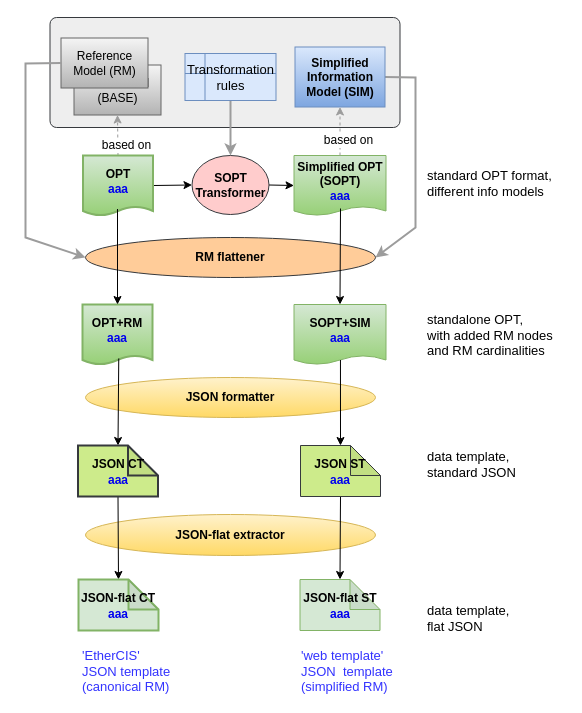
This is docs/json_simplified_template/diagrams/simplified_template_definition.drawio from openEHR/specifications-ITS-REST, a draw.io file, before an edit. Source tidied: cells renumbered, new cells numbered last; positions are measured from the earlier drawing's top-left corner, leaving out a move shared by most shapes. Both pictures are drawn from the tidied source at 100%, with x=0, y=0 at pixel (25, 17).
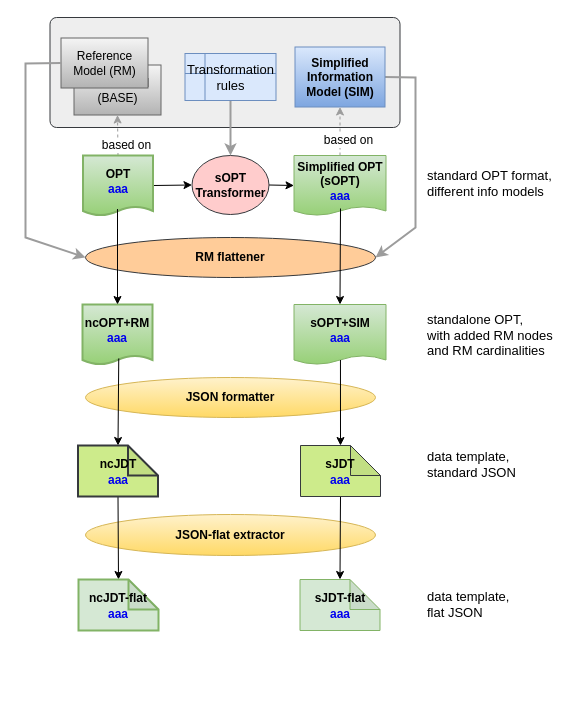
The same diagram, later.

What changed in the source:
```diff
@@
-    <mxCell id="12" value="SOPT Transformer" style="ellipse;whiteSpace=wrap;html=1;fillColor=#ffcccc;strokeColor=#36393d;fontStyle=1;" parent="1" vertex="1">
+    <mxCell id="12" value="sOPT Transformer" style="ellipse;whiteSpace=wrap;html=1;fillColor=#ffcccc;strokeColor=#36393d;fontStyle=1;" parent="1" vertex="1">
       <mxGeometry x="166.5" y="138" width="77" height="59" as="geometry" />
     </mxCell>
-    <mxCell id="13" value="Simplified OPT&lt;br&gt;(SOPT)&lt;br&gt;&lt;font color=&quot;#0000f0&quot;&gt;aaa&lt;/font&gt;&lt;br&gt;" style="shape=document;whiteSpace=wrap;html=1;boundedLbl=1;size=0.15;fillColor=#d5e8d4;strokeColor=#82b366;fontStyle=1;gradientColor=#97d077;" parent="1" vertex="1">
+    <mxCell id="13" value="Simplified OPT&lt;br&gt;(sOPT)&lt;br&gt;&lt;font color=&quot;#0000f0&quot;&gt;aaa&lt;/font&gt;" style="shape=document;whiteSpace=wrap;html=1;boundedLbl=1;size=0.15;fillColor=#d5e8d4;strokeColor=#82b366;fontStyle=1;gradientColor=#97d077;" parent="1" vertex="1">
       <mxGeometry x="268.5" y="138" width="92" height="60" as="geometry" />
     </mxCell>
@@
-    <mxCell id="19" value="'web template' &lt;br&gt;JSON&amp;nbsp; template&lt;br&gt;(simplified RM)" style="text;html=1;align=left;verticalAlign=top;spacingTop=-4;fontSize=13;fontColor=#3333FF;" parent="1" vertex="1">
-      <mxGeometry x="273.5" y="628" width="110" height="50" as="geometry" />
-    </mxCell>
-    <mxCell id="20" value="'EtherCIS' &lt;br&gt;JSON template&lt;br&gt;(canonical RM)" style="text;html=1;align=left;verticalAlign=top;spacingTop=-4;fontSize=13;fontColor=#3333FF;" parent="1" vertex="1">
-      <mxGeometry x="54.5" y="628" width="100" height="50" as="geometry" />
-    </mxCell>
@@
-    <mxCell id="25" value="SOPT+SIM&lt;br&gt;&lt;font color=&quot;#0000f0&quot;&gt;aaa&lt;/font&gt;" style="shape=document;whiteSpace=wrap;html=1;boundedLbl=1;size=0.15;fillColor=#d5e8d4;strokeColor=#82b366;fontStyle=1;gradientColor=#97d077;" parent="1" vertex="1">
+    <mxCell id="25" value="sOPT+SIM&lt;br&gt;&lt;font color=&quot;#0000f0&quot;&gt;aaa&lt;/font&gt;" style="shape=document;whiteSpace=wrap;html=1;boundedLbl=1;size=0.15;fillColor=#d5e8d4;strokeColor=#82b366;fontStyle=1;gradientColor=#97d077;" parent="1" vertex="1">
       <mxGeometry x="268.5" y="287" width="92" height="60" as="geometry" />
     </mxCell>
-    <mxCell id="26" value="OPT+RM&lt;br&gt;&lt;font color=&quot;#0000f0&quot;&gt;aaa&lt;/font&gt;" style="shape=document;whiteSpace=wrap;html=1;boundedLbl=1;size=0.15;fillColor=#d5e8d4;strokeColor=#82b366;fontStyle=1;gradientColor=#97d077;strokeWidth=2;" parent="1" vertex="1">
+    <mxCell id="26" value="ncOPT+RM&lt;br&gt;&lt;font color=&quot;#0000f0&quot;&gt;aaa&lt;/font&gt;" style="shape=document;whiteSpace=wrap;html=1;boundedLbl=1;size=0.15;fillColor=#d5e8d4;strokeColor=#82b366;fontStyle=1;gradientColor=#97d077;strokeWidth=2;" parent="1" vertex="1">
       <mxGeometry x="57" y="287" width="70" height="60" as="geometry" />
     </mxCell>
@@
     <mxCell id="34" value="data template,&amp;nbsp;&lt;br&gt;flat JSON" style="text;html=1;align=left;verticalAlign=top;spacingTop=-4;fontSize=13;" parent="1" vertex="1">
-      <mxGeometry x="400" y="583" width="100" height="30" as="geometry" />
+      <mxGeometry x="400" y="569" width="100" height="30" as="geometry" />
     </mxCell>
@@
-    <mxCell id="36" value="&lt;span style=&quot;font-size: 12px ; font-weight: 700 ; white-space: normal&quot;&gt;JSON CT&lt;/span&gt;&lt;br style=&quot;font-size: 12px ; font-weight: 700 ; white-space: normal&quot;&gt;&lt;font color=&quot;#0000f0&quot; style=&quot;font-size: 12px ; font-weight: 700 ; white-space: normal&quot;&gt;aaa&lt;/font&gt;" style="shape=note;whiteSpace=wrap;html=1;backgroundOutline=1;darkOpacity=0.05;fontSize=13;align=center;fillColor=#cdeb8b;strokeColor=#36393d;strokeWidth=2;" parent="1" vertex="1">
+    <mxCell id="36" value="&lt;span style=&quot;font-size: 12px ; font-weight: 700 ; white-space: normal&quot;&gt;ncJDT&lt;/span&gt;&lt;br style=&quot;font-size: 12px ; font-weight: 700 ; white-space: normal&quot;&gt;&lt;font color=&quot;#0000f0&quot; style=&quot;font-size: 12px ; font-weight: 700 ; white-space: normal&quot;&gt;aaa&lt;/font&gt;" style="shape=note;whiteSpace=wrap;html=1;backgroundOutline=1;darkOpacity=0.05;fontSize=13;align=center;fillColor=#cdeb8b;strokeColor=#36393d;strokeWidth=2;" parent="1" vertex="1">
       <mxGeometry x="52.5" y="428" width="80" height="51" as="geometry" />
     </mxCell>
-    <mxCell id="37" value="&lt;span style=&quot;font-size: 12px ; font-weight: 700 ; white-space: normal&quot;&gt;JSON ST&lt;/span&gt;&lt;br style=&quot;font-size: 12px ; font-weight: 700 ; white-space: normal&quot;&gt;&lt;font color=&quot;#0000f0&quot; style=&quot;font-size: 12px ; font-weight: 700 ; white-space: normal&quot;&gt;aaa&lt;/font&gt;" style="shape=note;whiteSpace=wrap;html=1;backgroundOutline=1;darkOpacity=0.05;fontSize=13;align=center;fillColor=#cdeb8b;strokeColor=#36393d;" parent="1" vertex="1">
+    <mxCell id="37" value="&lt;span style=&quot;font-size: 12px ; font-weight: 700 ; white-space: normal&quot;&gt;sJDT&lt;/span&gt;&lt;br style=&quot;font-size: 12px ; font-weight: 700 ; white-space: normal&quot;&gt;&lt;font color=&quot;#0000f0&quot; style=&quot;font-size: 12px ; font-weight: 700 ; white-space: normal&quot;&gt;aaa&lt;/font&gt;" style="shape=note;whiteSpace=wrap;html=1;backgroundOutline=1;darkOpacity=0.05;fontSize=13;align=center;fillColor=#cdeb8b;strokeColor=#36393d;" parent="1" vertex="1">
       <mxGeometry x="275" y="428" width="80" height="51" as="geometry" />
     </mxCell>
-    <mxCell id="38" value="&lt;span style=&quot;font-size: 12px ; font-weight: 700 ; white-space: normal&quot;&gt;JSON-flat CT&lt;/span&gt;&lt;br style=&quot;font-size: 12px ; font-weight: 700 ; white-space: normal&quot;&gt;&lt;font color=&quot;#0000f0&quot; style=&quot;font-size: 12px ; font-weight: 700 ; white-space: normal&quot;&gt;aaa&lt;/font&gt;" style="shape=note;whiteSpace=wrap;html=1;backgroundOutline=1;darkOpacity=0.05;fontSize=13;align=center;fillColor=#d5e8d4;strokeColor=#82b366;strokeWidth=2;" parent="1" vertex="1">
+    <mxCell id="38" value="&lt;span style=&quot;font-size: 12px ; font-weight: 700 ; white-space: normal&quot;&gt;ncJDT-flat&lt;/span&gt;&lt;br style=&quot;font-size: 12px ; font-weight: 700 ; white-space: normal&quot;&gt;&lt;font color=&quot;#0000f0&quot; style=&quot;font-size: 12px ; font-weight: 700 ; white-space: normal&quot;&gt;aaa&lt;/font&gt;" style="shape=note;whiteSpace=wrap;html=1;backgroundOutline=1;darkOpacity=0.05;fontSize=13;align=center;fillColor=#d5e8d4;strokeColor=#82b366;strokeWidth=2;" parent="1" vertex="1">
       <mxGeometry x="53" y="562" width="80" height="51" as="geometry" />
     </mxCell>
-    <mxCell id="39" value="&lt;span style=&quot;font-size: 12px ; font-weight: 700 ; white-space: normal&quot;&gt;JSON-flat ST&lt;/span&gt;&lt;br style=&quot;font-size: 12px ; font-weight: 700 ; white-space: normal&quot;&gt;&lt;font color=&quot;#0000f0&quot; style=&quot;font-size: 12px ; font-weight: 700 ; white-space: normal&quot;&gt;aaa&lt;/font&gt;" style="shape=note;whiteSpace=wrap;html=1;backgroundOutline=1;darkOpacity=0.05;fontSize=13;align=center;fillColor=#d5e8d4;strokeColor=#82b366;" parent="1" vertex="1">
+    <mxCell id="39" value="&lt;span style=&quot;font-size: 12px ; font-weight: 700 ; white-space: normal&quot;&gt;sJDT-flat&lt;/span&gt;&lt;br style=&quot;font-size: 12px ; font-weight: 700 ; white-space: normal&quot;&gt;&lt;font color=&quot;#0000f0&quot; style=&quot;font-size: 12px ; font-weight: 700 ; white-space: normal&quot;&gt;aaa&lt;/font&gt;" style="shape=note;whiteSpace=wrap;html=1;backgroundOutline=1;darkOpacity=0.05;fontSize=13;align=center;fillColor=#d5e8d4;strokeColor=#82b366;" parent="1" vertex="1">
       <mxGeometry x="274.5" y="562" width="80" height="51" as="geometry" />
     </mxCell>
```
